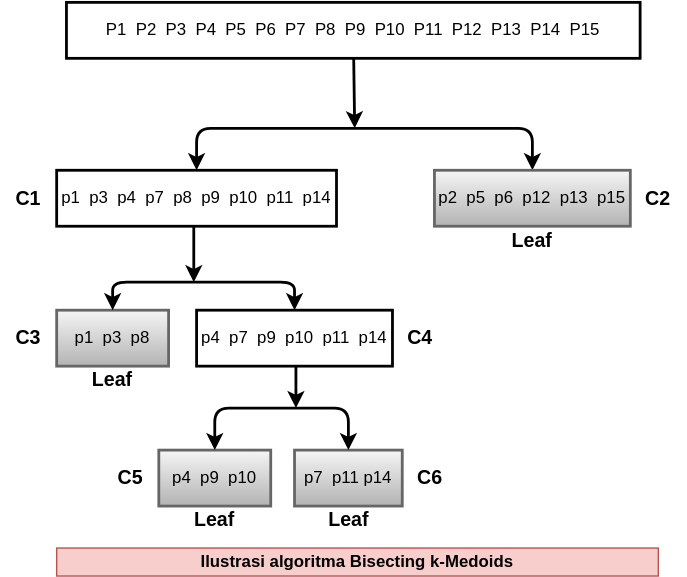
The draw.io diagram method-comparison-ilustrasi-bisecting-kmedoids.svg in ardiansyah-sweng/notes, before a commit. Source tidied: cells renumbered, new cells last; positions are measured from the earlier drawing's top-left corner, leaving out a move shared by most shapes. Source of this version:
```xml
<mxGraphModel>
  <root>
    <mxCell id="0" />
    <mxCell id="1" parent="0" />
    <mxCell id="2" value="P1&amp;nbsp; P2&amp;nbsp; P3&amp;nbsp; P4&amp;nbsp; P5&amp;nbsp; P6&amp;nbsp; P7&amp;nbsp; P8&amp;nbsp; P9&amp;nbsp; P10&amp;nbsp; P11&amp;nbsp; P12&amp;nbsp; P13&amp;nbsp; P14&amp;nbsp; P15" style="rounded=0;whiteSpace=wrap;html=1;gradientColor=#ffffff;strokeWidth=2;" parent="1" vertex="1">
      <mxGeometry x="47" width="410" height="40" as="geometry" />
    </mxCell>
    <mxCell id="3" style="endArrow=classic;startArrow=classic;html=1;edgeStyle=orthogonalEdgeStyle;exitX=0.5;exitY=0;exitDx=0;exitDy=0;strokeWidth=2;" parent="1" edge="1" source="4" target="5">
      <mxGeometry relative="1" as="geometry">
        <Array as="points">
          <mxPoint x="140" y="90" />
          <mxPoint x="380" y="90" />
        </Array>
      </mxGeometry>
    </mxCell>
    <mxCell id="4" value="p1&amp;nbsp; p3&amp;nbsp; p4&amp;nbsp; p7&amp;nbsp; p8&amp;nbsp; p9&amp;nbsp; p10&amp;nbsp; p11&amp;nbsp; p14" style="rounded=0;whiteSpace=wrap;html=1;strokeWidth=2;" parent="1" vertex="1">
      <mxGeometry x="40" y="120" width="200" height="40" as="geometry" />
    </mxCell>
    <mxCell id="5" value="p2&amp;nbsp; p5&amp;nbsp; p6&amp;nbsp; p12&amp;nbsp; p13&amp;nbsp; p15" style="rounded=0;whiteSpace=wrap;html=1;strokeWidth=2;gradientColor=#b3b3b3;fillColor=#f5f5f5;strokeColor=#666666;" parent="1" vertex="1">
      <mxGeometry x="310" y="120" width="140" height="40" as="geometry" />
    </mxCell>
    <mxCell id="6" style="endArrow=classic;html=1;strokeWidth=2;" parent="1" edge="1" source="2">
      <mxGeometry relative="1" as="geometry">
        <mxPoint x="253" y="90" as="targetPoint" />
      </mxGeometry>
    </mxCell>
    <mxCell id="7" value="p1&amp;nbsp; p3&amp;nbsp; p8" style="rounded=0;whiteSpace=wrap;html=1;strokeWidth=2;gradientColor=#b3b3b3;fillColor=#f5f5f5;strokeColor=#666666;" parent="1" vertex="1">
      <mxGeometry x="40" y="220" width="80" height="40" as="geometry" />
    </mxCell>
    <mxCell id="8" value="p4&amp;nbsp; p7&amp;nbsp; p9&amp;nbsp; p10&amp;nbsp; p11&amp;nbsp; p14" style="rounded=0;whiteSpace=wrap;html=1;strokeWidth=2;" parent="1" vertex="1">
      <mxGeometry x="140" y="220" width="140" height="40" as="geometry" />
    </mxCell>
    <mxCell id="9" style="endArrow=classic;startArrow=classic;html=1;edgeStyle=orthogonalEdgeStyle;exitX=0.5;exitY=0;exitDx=0;exitDy=0;entryX=0.5;entryY=0;entryDx=0;entryDy=0;strokeWidth=2;" parent="1" edge="1" source="7" target="8">
      <mxGeometry relative="1" as="geometry">
        <Array as="points">
          <mxPoint x="80" y="200" />
          <mxPoint x="210" y="200" />
        </Array>
      </mxGeometry>
    </mxCell>
    <mxCell id="10" style="endArrow=classic;html=1;strokeWidth=2;" parent="1" edge="1">
      <mxGeometry relative="1" as="geometry">
        <mxPoint x="138" y="160" as="sourcePoint" />
        <mxPoint x="138" y="200" as="targetPoint" />
      </mxGeometry>
    </mxCell>
    <mxCell id="11" value="p4&amp;nbsp; p9&amp;nbsp; p10" style="rounded=0;whiteSpace=wrap;html=1;strokeWidth=2;gradientColor=#b3b3b3;fillColor=#f5f5f5;strokeColor=#666666;" parent="1" vertex="1">
      <mxGeometry x="113" y="320" width="80" height="40" as="geometry" />
    </mxCell>
    <mxCell id="12" value="p7&amp;nbsp; p11 p14" style="rounded=0;whiteSpace=wrap;html=1;strokeWidth=2;gradientColor=#b3b3b3;fillColor=#f5f5f5;strokeColor=#666666;" parent="1" vertex="1">
      <mxGeometry x="210" y="320" width="77" height="40" as="geometry" />
    </mxCell>
    <mxCell id="13" style="endArrow=classic;startArrow=classic;html=1;edgeStyle=orthogonalEdgeStyle;exitX=0.5;exitY=0;exitDx=0;exitDy=0;entryX=0.5;entryY=0;entryDx=0;entryDy=0;strokeWidth=2;" parent="1" edge="1" source="11" target="12">
      <mxGeometry relative="1" as="geometry">
        <Array as="points">
          <mxPoint x="153" y="290" />
          <mxPoint x="249" y="290" />
        </Array>
      </mxGeometry>
    </mxCell>
    <mxCell id="14" style="endArrow=classic;html=1;strokeWidth=2;" parent="1" edge="1">
      <mxGeometry relative="1" as="geometry">
        <mxPoint x="211" y="260" as="sourcePoint" />
        <mxPoint x="211" y="290" as="targetPoint" />
      </mxGeometry>
    </mxCell>
    <mxCell id="15" value="&lt;b&gt;&lt;font style=&quot;font-size: 14px&quot;&gt;C1&lt;/font&gt;&lt;/b&gt;" style="text;html=1;strokeColor=none;fillColor=none;align=center;verticalAlign=middle;whiteSpace=wrap;rounded=0;" parent="1" vertex="1">
      <mxGeometry y="130" width="40" height="20" as="geometry" />
    </mxCell>
    <mxCell id="16" value="&lt;b&gt;&lt;font style=&quot;font-size: 14px&quot;&gt;C2&lt;/font&gt;&lt;/b&gt;" style="text;html=1;strokeColor=none;fillColor=none;align=center;verticalAlign=middle;whiteSpace=wrap;rounded=0;" parent="1" vertex="1">
      <mxGeometry x="450" y="130" width="40" height="20" as="geometry" />
    </mxCell>
    <mxCell id="17" value="&lt;b&gt;&lt;font style=&quot;font-size: 14px&quot;&gt;C3&lt;/font&gt;&lt;/b&gt;" style="text;html=1;strokeColor=none;fillColor=none;align=center;verticalAlign=middle;whiteSpace=wrap;rounded=0;" parent="1" vertex="1">
      <mxGeometry y="230" width="40" height="20" as="geometry" />
    </mxCell>
    <mxCell id="18" value="&lt;b&gt;&lt;font style=&quot;font-size: 14px&quot;&gt;C4&lt;/font&gt;&lt;/b&gt;" style="text;html=1;strokeColor=none;fillColor=none;align=center;verticalAlign=middle;whiteSpace=wrap;rounded=0;" parent="1" vertex="1">
      <mxGeometry x="280" y="230" width="40" height="20" as="geometry" />
    </mxCell>
    <mxCell id="19" value="&lt;b&gt;&lt;font style=&quot;font-size: 14px&quot;&gt;C5&lt;/font&gt;&lt;/b&gt;" style="text;html=1;strokeColor=none;fillColor=none;align=center;verticalAlign=middle;whiteSpace=wrap;rounded=0;" parent="1" vertex="1">
      <mxGeometry x="73" y="330" width="40" height="20" as="geometry" />
    </mxCell>
    <mxCell id="20" value="&lt;b&gt;&lt;font style=&quot;font-size: 14px&quot;&gt;C6&lt;/font&gt;&lt;/b&gt;" style="text;html=1;strokeColor=none;fillColor=none;align=center;verticalAlign=middle;whiteSpace=wrap;rounded=0;" parent="1" vertex="1">
      <mxGeometry x="287" y="330" width="40" height="20" as="geometry" />
    </mxCell>
    <mxCell id="21" value="&lt;b&gt;&lt;font style=&quot;font-size: 14px&quot;&gt;Leaf&lt;/font&gt;&lt;/b&gt;" style="text;html=1;strokeColor=none;fillColor=none;align=center;verticalAlign=middle;whiteSpace=wrap;rounded=0;" parent="1" vertex="1">
      <mxGeometry x="60" y="260" width="40" height="20" as="geometry" />
    </mxCell>
    <mxCell id="22" value="&lt;b&gt;&lt;font style=&quot;font-size: 14px&quot;&gt;Leaf&lt;/font&gt;&lt;/b&gt;" style="text;html=1;strokeColor=none;fillColor=none;align=center;verticalAlign=middle;whiteSpace=wrap;rounded=0;" parent="1" vertex="1">
      <mxGeometry x="360" y="160" width="40" height="20" as="geometry" />
    </mxCell>
    <mxCell id="23" value="&lt;b&gt;&lt;font style=&quot;font-size: 14px&quot;&gt;Leaf&lt;/font&gt;&lt;/b&gt;" style="text;html=1;strokeColor=none;fillColor=none;align=center;verticalAlign=middle;whiteSpace=wrap;rounded=0;" parent="1" vertex="1">
      <mxGeometry x="133" y="360" width="40" height="20" as="geometry" />
    </mxCell>
    <mxCell id="24" value="&lt;b&gt;&lt;font style=&quot;font-size: 14px&quot;&gt;Leaf&lt;/font&gt;&lt;/b&gt;" style="text;html=1;strokeColor=none;fillColor=none;align=center;verticalAlign=middle;whiteSpace=wrap;rounded=0;" parent="1" vertex="1">
      <mxGeometry x="228.5" y="360" width="40" height="20" as="geometry" />
    </mxCell>
    <mxCell id="25" value="&lt;b&gt;Ilustrasi algoritma Bisecting k-Medoids&lt;/b&gt;" style="text;html=1;strokeColor=#b85450;fillColor=#f8cecc;align=center;verticalAlign=middle;whiteSpace=wrap;rounded=0;" parent="1" vertex="1">
      <mxGeometry x="40" y="390" width="430" height="20" as="geometry" />
    </mxCell>
  </root>
</mxGraphModel>
```
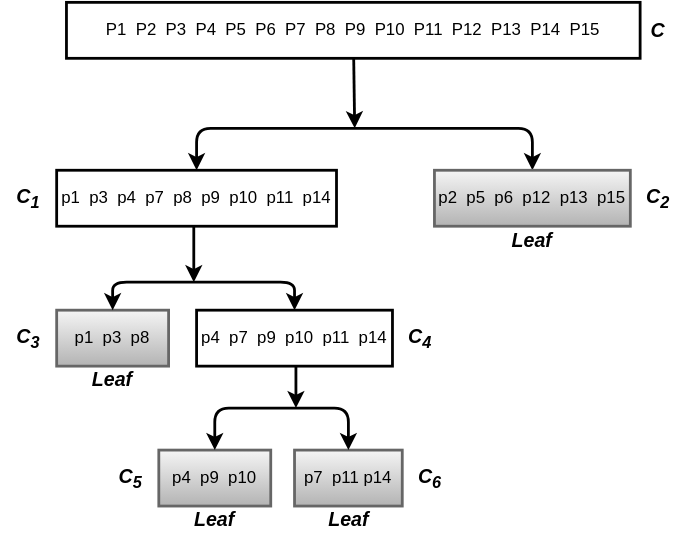
After the commit.

Diff of the diagram source:
```diff
@@ -64,38 +64,38 @@
         <mxPoint x="211" y="290" as="targetPoint" />
       </mxGeometry>
     </mxCell>
-    <mxCell id="15" value="&lt;b&gt;&lt;font style=&quot;font-size: 14px&quot;&gt;C1&lt;/font&gt;&lt;/b&gt;" style="text;html=1;strokeColor=none;fillColor=none;align=center;verticalAlign=middle;whiteSpace=wrap;rounded=0;" parent="1" vertex="1">
+    <mxCell id="15" value="&lt;b&gt;&lt;font style=&quot;font-size: 14px&quot;&gt;C&lt;sub&gt;1&lt;/sub&gt;&lt;/font&gt;&lt;/b&gt;" style="text;html=1;strokeColor=none;fillColor=none;align=center;verticalAlign=middle;whiteSpace=wrap;rounded=0;fontStyle=2;" parent="1" vertex="1">
       <mxGeometry y="130" width="40" height="20" as="geometry" />
     </mxCell>
-    <mxCell id="16" value="&lt;b&gt;&lt;font style=&quot;font-size: 14px&quot;&gt;C2&lt;/font&gt;&lt;/b&gt;" style="text;html=1;strokeColor=none;fillColor=none;align=center;verticalAlign=middle;whiteSpace=wrap;rounded=0;" parent="1" vertex="1">
+    <mxCell id="16" value="&lt;b&gt;&lt;font style=&quot;font-size: 14px&quot;&gt;C&lt;sub&gt;2&lt;/sub&gt;&lt;/font&gt;&lt;/b&gt;" style="text;html=1;strokeColor=none;fillColor=none;align=center;verticalAlign=middle;whiteSpace=wrap;rounded=0;fontStyle=2;" parent="1" vertex="1">
       <mxGeometry x="450" y="130" width="40" height="20" as="geometry" />
     </mxCell>
-    <mxCell id="17" value="&lt;b&gt;&lt;font style=&quot;font-size: 14px&quot;&gt;C3&lt;/font&gt;&lt;/b&gt;" style="text;html=1;strokeColor=none;fillColor=none;align=center;verticalAlign=middle;whiteSpace=wrap;rounded=0;" parent="1" vertex="1">
+    <mxCell id="17" value="&lt;b&gt;&lt;font style=&quot;font-size: 14px&quot;&gt;C&lt;sub&gt;3&lt;/sub&gt;&lt;/font&gt;&lt;/b&gt;" style="text;html=1;strokeColor=none;fillColor=none;align=center;verticalAlign=middle;whiteSpace=wrap;rounded=0;fontStyle=2;" parent="1" vertex="1">
       <mxGeometry y="230" width="40" height="20" as="geometry" />
     </mxCell>
-    <mxCell id="18" value="&lt;b&gt;&lt;font style=&quot;font-size: 14px&quot;&gt;C4&lt;/font&gt;&lt;/b&gt;" style="text;html=1;strokeColor=none;fillColor=none;align=center;verticalAlign=middle;whiteSpace=wrap;rounded=0;" parent="1" vertex="1">
+    <mxCell id="18" value="&lt;b&gt;&lt;font style=&quot;font-size: 14px&quot;&gt;C&lt;sub&gt;4&lt;/sub&gt;&lt;/font&gt;&lt;/b&gt;" style="text;html=1;strokeColor=none;fillColor=none;align=center;verticalAlign=middle;whiteSpace=wrap;rounded=0;fontStyle=2;" parent="1" vertex="1">
       <mxGeometry x="280" y="230" width="40" height="20" as="geometry" />
     </mxCell>
-    <mxCell id="19" value="&lt;b&gt;&lt;font style=&quot;font-size: 14px&quot;&gt;C5&lt;/font&gt;&lt;/b&gt;" style="text;html=1;strokeColor=none;fillColor=none;align=center;verticalAlign=middle;whiteSpace=wrap;rounded=0;" parent="1" vertex="1">
+    <mxCell id="19" value="&lt;b&gt;&lt;font style=&quot;font-size: 14px&quot;&gt;C&lt;sub&gt;5&lt;/sub&gt;&lt;/font&gt;&lt;/b&gt;" style="text;html=1;strokeColor=none;fillColor=none;align=center;verticalAlign=middle;whiteSpace=wrap;rounded=0;fontStyle=2;" parent="1" vertex="1">
       <mxGeometry x="73" y="330" width="40" height="20" as="geometry" />
     </mxCell>
-    <mxCell id="20" value="&lt;b&gt;&lt;font style=&quot;font-size: 14px&quot;&gt;C6&lt;/font&gt;&lt;/b&gt;" style="text;html=1;strokeColor=none;fillColor=none;align=center;verticalAlign=middle;whiteSpace=wrap;rounded=0;" parent="1" vertex="1">
+    <mxCell id="20" value="&lt;b&gt;&lt;font style=&quot;font-size: 14px&quot;&gt;C&lt;sub&gt;6&lt;/sub&gt;&lt;/font&gt;&lt;/b&gt;" style="text;html=1;strokeColor=none;fillColor=none;align=center;verticalAlign=middle;whiteSpace=wrap;rounded=0;fontStyle=2;" parent="1" vertex="1">
       <mxGeometry x="287" y="330" width="40" height="20" as="geometry" />
     </mxCell>
-    <mxCell id="21" value="&lt;b&gt;&lt;font style=&quot;font-size: 14px&quot;&gt;Leaf&lt;/font&gt;&lt;/b&gt;" style="text;html=1;strokeColor=none;fillColor=none;align=center;verticalAlign=middle;whiteSpace=wrap;rounded=0;" parent="1" vertex="1">
+    <mxCell id="21" value="&lt;b&gt;&lt;font style=&quot;font-size: 14px&quot;&gt;Leaf&lt;/font&gt;&lt;/b&gt;" style="text;html=1;strokeColor=none;fillColor=none;align=center;verticalAlign=middle;whiteSpace=wrap;rounded=0;fontStyle=2;" parent="1" vertex="1">
       <mxGeometry x="60" y="260" width="40" height="20" as="geometry" />
     </mxCell>
-    <mxCell id="22" value="&lt;b&gt;&lt;font style=&quot;font-size: 14px&quot;&gt;Leaf&lt;/font&gt;&lt;/b&gt;" style="text;html=1;strokeColor=none;fillColor=none;align=center;verticalAlign=middle;whiteSpace=wrap;rounded=0;" parent="1" vertex="1">
+    <mxCell id="22" value="&lt;b&gt;&lt;font style=&quot;font-size: 14px&quot;&gt;Leaf&lt;/font&gt;&lt;/b&gt;" style="text;html=1;strokeColor=none;fillColor=none;align=center;verticalAlign=middle;whiteSpace=wrap;rounded=0;fontStyle=2;" parent="1" vertex="1">
       <mxGeometry x="360" y="160" width="40" height="20" as="geometry" />
     </mxCell>
-    <mxCell id="23" value="&lt;b&gt;&lt;font style=&quot;font-size: 14px&quot;&gt;Leaf&lt;/font&gt;&lt;/b&gt;" style="text;html=1;strokeColor=none;fillColor=none;align=center;verticalAlign=middle;whiteSpace=wrap;rounded=0;" parent="1" vertex="1">
+    <mxCell id="23" value="&lt;b&gt;&lt;font style=&quot;font-size: 14px&quot;&gt;Leaf&lt;/font&gt;&lt;/b&gt;" style="text;html=1;strokeColor=none;fillColor=none;align=center;verticalAlign=middle;whiteSpace=wrap;rounded=0;fontStyle=2;" parent="1" vertex="1">
       <mxGeometry x="133" y="360" width="40" height="20" as="geometry" />
     </mxCell>
-    <mxCell id="24" value="&lt;b&gt;&lt;font style=&quot;font-size: 14px&quot;&gt;Leaf&lt;/font&gt;&lt;/b&gt;" style="text;html=1;strokeColor=none;fillColor=none;align=center;verticalAlign=middle;whiteSpace=wrap;rounded=0;" parent="1" vertex="1">
+    <mxCell id="24" value="&lt;b&gt;&lt;font style=&quot;font-size: 14px&quot;&gt;Leaf&lt;/font&gt;&lt;/b&gt;" style="text;html=1;strokeColor=none;fillColor=none;align=center;verticalAlign=middle;whiteSpace=wrap;rounded=0;fontStyle=2;" parent="1" vertex="1">
       <mxGeometry x="228.5" y="360" width="40" height="20" as="geometry" />
     </mxCell>
-    <mxCell id="25" value="&lt;b&gt;Ilustrasi algoritma Bisecting k-Medoids&lt;/b&gt;" style="text;html=1;strokeColor=#b85450;fillColor=#f8cecc;align=center;verticalAlign=middle;whiteSpace=wrap;rounded=0;" parent="1" vertex="1">
-      <mxGeometry x="40" y="390" width="430" height="20" as="geometry" />
-    </mxCell>
+    <mxCell id="26" value="&lt;b&gt;&lt;font style=&quot;font-size: 14px&quot;&gt;C&lt;/font&gt;&lt;/b&gt;" style="text;html=1;strokeColor=none;fillColor=none;align=center;verticalAlign=middle;whiteSpace=wrap;rounded=0;fontStyle=2;" parent="1" vertex="1">
+      <mxGeometry x="450" y="10" width="40" height="20" as="geometry" />
+    </mxCell>
   </root>
 </mxGraphModel>
```
